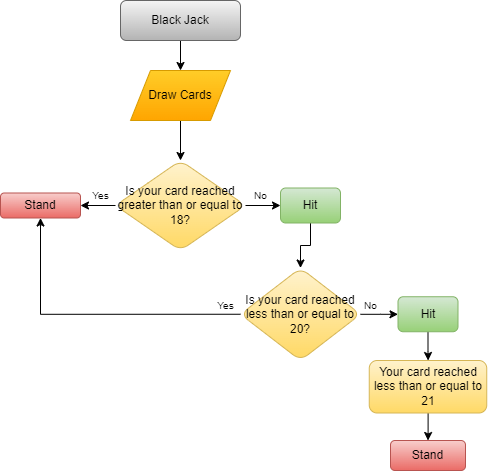
The draw.io diagram blackjack.drawio.png in mallaribs01/CCINCOML_EXERCISES_COM23P, before a commit. Source tidied: cells renumbered, new cells last; positions are measured from the earlier drawing's top-left corner, leaving out a move shared by most shapes.
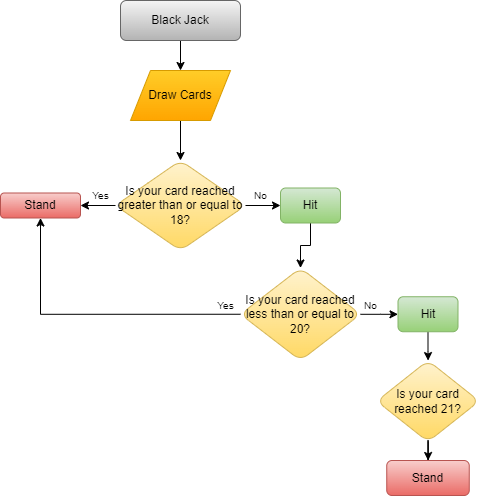
The same diagram one commit later.

Change to the diagram source:
```diff
@@ -35,9 +35,9 @@
     <mxCell id="12" value="Is your card reached less than or equal to 20?" style="rhombus;whiteSpace=wrap;html=1;rounded=1;glass=0;strokeWidth=1;shadow=0;fillColor=#fff2cc;gradientColor=#ffd966;strokeColor=#d6b656;" parent="1" vertex="1">
       <mxGeometry x="240" y="267.5" width="120" height="92.5" as="geometry" />
     </mxCell>
-    <mxCell id="13" style="edgeStyle=orthogonalEdgeStyle;rounded=0;jettySize=auto;html=1;" parent="1" edge="1" source="14" target="22">
-      <mxGeometry relative="1" as="geometry" />
-    </mxCell>
+    <mxCell id="24" style="edgeStyle=orthogonalEdgeStyle;rounded=0;jettySize=auto;html=1;" parent="1" edge="1" source="14" target="26">
+      <mxGeometry relative="1" as="geometry" />
+    </mxCell>
     <mxCell id="14" value="Hit" style="whiteSpace=wrap;html=1;rounded=1;glass=0;strokeWidth=1;shadow=0;fillColor=#d5e8d4;gradientColor=#97d077;strokeColor=#82b366;" parent="1" vertex="1">
       <mxGeometry x="397.5" y="296.2" width="60" height="35" as="geometry" />
     </mxCell>
@@ -59,14 +59,14 @@
     <mxCell id="20" value="Draw Cards" style="shape=parallelogram;perimeter=parallelogramPerimeter;whiteSpace=wrap;html=1;fixedSize=1;fillColor=#ffcd28;strokeColor=#d79b00;gradientColor=#ffa500;" parent="1" vertex="1">
       <mxGeometry x="130" y="70" width="100" height="50" as="geometry" />
     </mxCell>
-    <mxCell id="21" style="edgeStyle=orthogonalEdgeStyle;rounded=0;jettySize=auto;html=1;" parent="1" edge="1" source="22" target="23">
-      <mxGeometry relative="1" as="geometry" />
-    </mxCell>
-    <mxCell id="22" value="Your card reached less than or equal to 21" style="whiteSpace=wrap;html=1;fillColor=#fff2cc;strokeColor=#d6b656;rounded=1;glass=0;strokeWidth=1;shadow=0;gradientColor=#ffd966;" parent="1" vertex="1">
-      <mxGeometry x="368.8" y="360" width="117.5" height="52.5" as="geometry" />
-    </mxCell>
+    <mxCell id="25" style="edgeStyle=orthogonalEdgeStyle;rounded=0;jettySize=auto;html=1;" parent="1" edge="1" source="26" target="23">
+      <mxGeometry relative="1" as="geometry" />
+    </mxCell>
+    <mxCell id="26" value="Is your card reached 21?" style="rhombus;whiteSpace=wrap;html=1;fillColor=#fff2cc;strokeColor=#d6b656;rounded=1;glass=0;strokeWidth=1;shadow=0;gradientColor=#ffd966;" parent="1" vertex="1">
+      <mxGeometry x="376.2" y="360" width="102.5" height="81.2" as="geometry" />
+    </mxCell>
     <mxCell id="23" value="Stand" style="whiteSpace=wrap;html=1;fillColor=#f8cecc;strokeColor=#b85450;rounded=1;glass=0;strokeWidth=1;shadow=0;gradientColor=#ea6b66;" parent="1" vertex="1">
-      <mxGeometry x="390" y="440" width="75" height="30" as="geometry" />
+      <mxGeometry x="386.2" y="460" width="82.5" height="35" as="geometry" />
     </mxCell>
   </root>
 </mxGraphModel>
```
